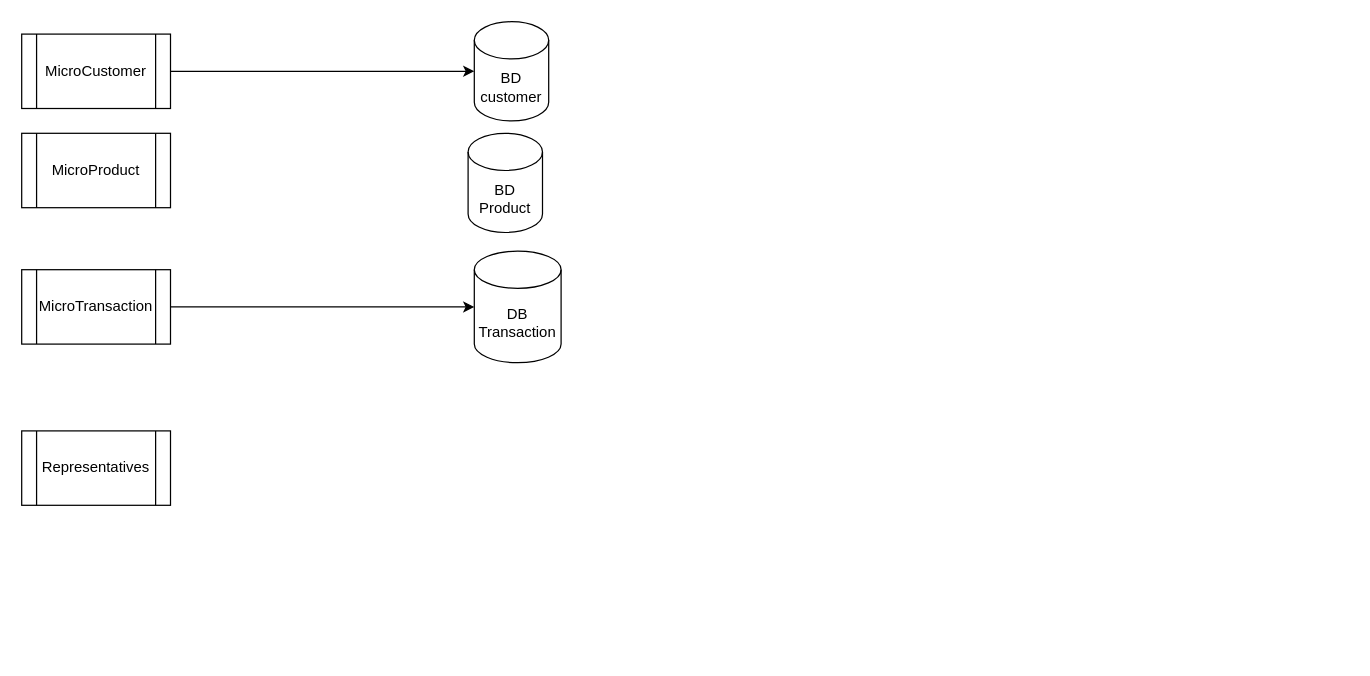
Above: diagrama_microservices.drawio in ajoelflores124/everbanco (draw.io), before the change. Source tidied: cells renumbered, new cells numbered last; positions are measured from the earlier drawing's top-left corner, leaving out a move shared by most shapes. Both pictures are drawn from the tidied source at 124%, with x=0, y=0 at pixel (21, 21).
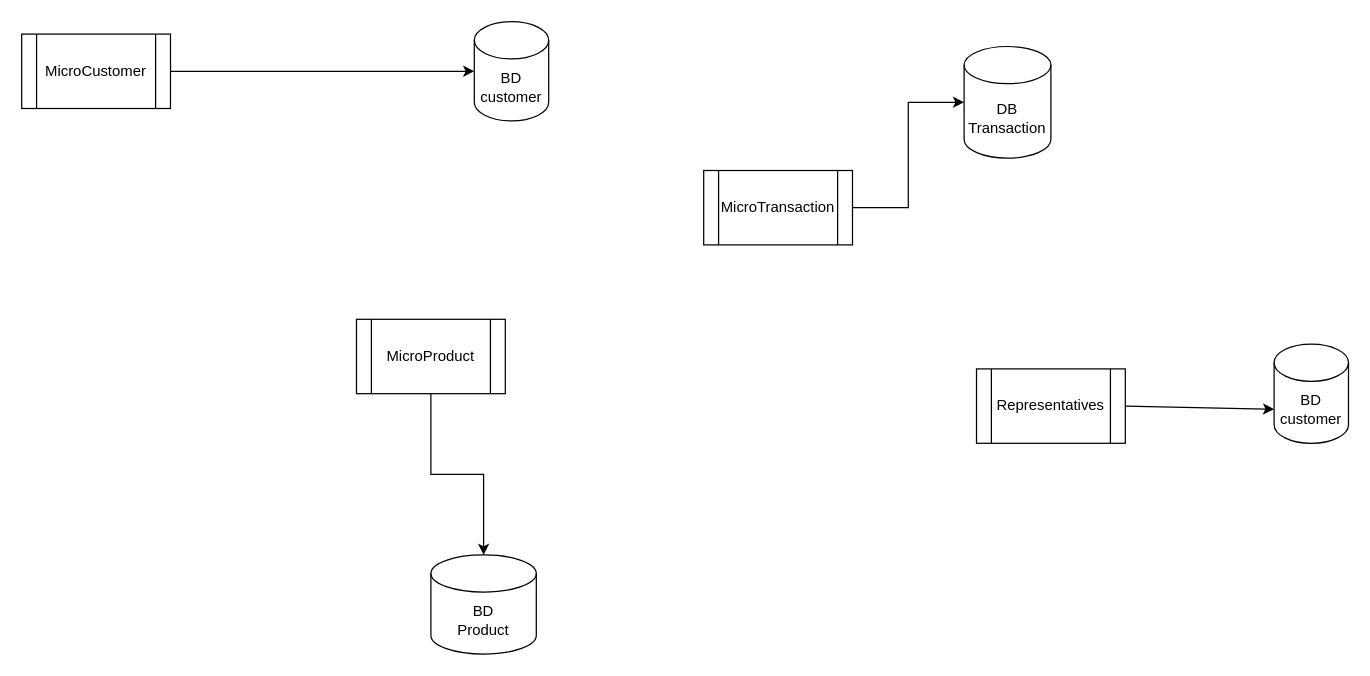
Above is the later version.

What changed in the source:
```diff
@@
 <mxGraphModel>
   <root>
     <mxCell id="0" />
     <mxCell id="1" parent="0" />
     <mxCell id="2" value="MicroCustomer" style="shape=process;whiteSpace=wrap;html=1;backgroundOutline=1;" parent="1" vertex="1">
       <mxGeometry y="10" width="120" height="60" as="geometry" />
     </mxCell>
     <mxCell id="3" value="BD&lt;br&gt;customer" style="shape=cylinder3;whiteSpace=wrap;html=1;boundedLbl=1;backgroundOutline=1;size=15;" parent="1" vertex="1">
       <mxGeometry x="365" width="60" height="80" as="geometry" />
     </mxCell>
     <mxCell id="4" style="endArrow=classic;html=1;exitX=1;exitY=0.5;exitDx=0;exitDy=0;entryX=0;entryY=0.5;entryDx=0;entryDy=0;entryPerimeter=0;" parent="1" edge="1" source="2" target="3">
       <mxGeometry relative="1" as="geometry" />
     </mxCell>
     <mxCell id="5" value="MicroProduct" style="shape=process;whiteSpace=wrap;html=1;backgroundOutline=1;" parent="1" vertex="1">
-      <mxGeometry y="90" width="120" height="60" as="geometry" />
+      <mxGeometry x="270" y="240" width="120" height="60" as="geometry" />
     </mxCell>
     <mxCell id="6" value="BD&lt;br&gt;Product" style="shape=cylinder3;whiteSpace=wrap;html=1;boundedLbl=1;backgroundOutline=1;size=15;" parent="1" vertex="1">
-      <mxGeometry x="360" y="90" width="60" height="80" as="geometry" />
+      <mxGeometry x="330" y="430" width="85" height="80" as="geometry" />
     </mxCell>
     <mxCell id="7" style="edgeStyle=orthogonalEdgeStyle;rounded=0;jettySize=auto;html=1;entryX=0;entryY=0.5;entryDx=0;entryDy=0;entryPerimeter=0;" parent="1" edge="1" source="8" target="9">
       <mxGeometry relative="1" as="geometry" />
     </mxCell>
     <mxCell id="8" value="MicroTransaction" style="shape=process;whiteSpace=wrap;html=1;backgroundOutline=1;" parent="1" vertex="1">
-      <mxGeometry y="200" width="120" height="60" as="geometry" />
+      <mxGeometry x="550" y="120" width="120" height="60" as="geometry" />
     </mxCell>
     <mxCell id="9" value="DB Transaction" style="shape=cylinder3;whiteSpace=wrap;html=1;boundedLbl=1;backgroundOutline=1;size=15;" parent="1" vertex="1">
-      <mxGeometry x="365" y="185" width="70" height="90" as="geometry" />
+      <mxGeometry x="760" y="20" width="70" height="90" as="geometry" />
     </mxCell>
     <mxCell id="10" value="Representatives" style="shape=process;whiteSpace=wrap;html=1;backgroundOutline=1;" parent="1" vertex="1">
-      <mxGeometry y="330" width="120" height="60" as="geometry" />
+      <mxGeometry x="770" y="280" width="120" height="60" as="geometry" />
     </mxCell>
+    <mxCell id="11" value="BD&lt;br&gt;customer" style="shape=cylinder3;whiteSpace=wrap;html=1;boundedLbl=1;backgroundOutline=1;size=15;" parent="1" vertex="1">
+      <mxGeometry x="1010" y="260" width="60" height="80" as="geometry" />
+    </mxCell>
+    <mxCell id="12" style="endArrow=classic;html=1;exitX=1;exitY=0.5;exitDx=0;exitDy=0;entryX=0;entryY=0;entryDx=0;entryDy=52.5;entryPerimeter=0;" parent="1" edge="1" source="10" target="11">
+      <mxGeometry relative="1" as="geometry" />
+    </mxCell>
+    <mxCell id="13" style="edgeStyle=orthogonalEdgeStyle;rounded=0;jettySize=auto;html=1;" parent="1" edge="1" source="5" target="6">
+      <mxGeometry relative="1" as="geometry" />
+    </mxCell>
   </root>
 </mxGraphModel>
```
